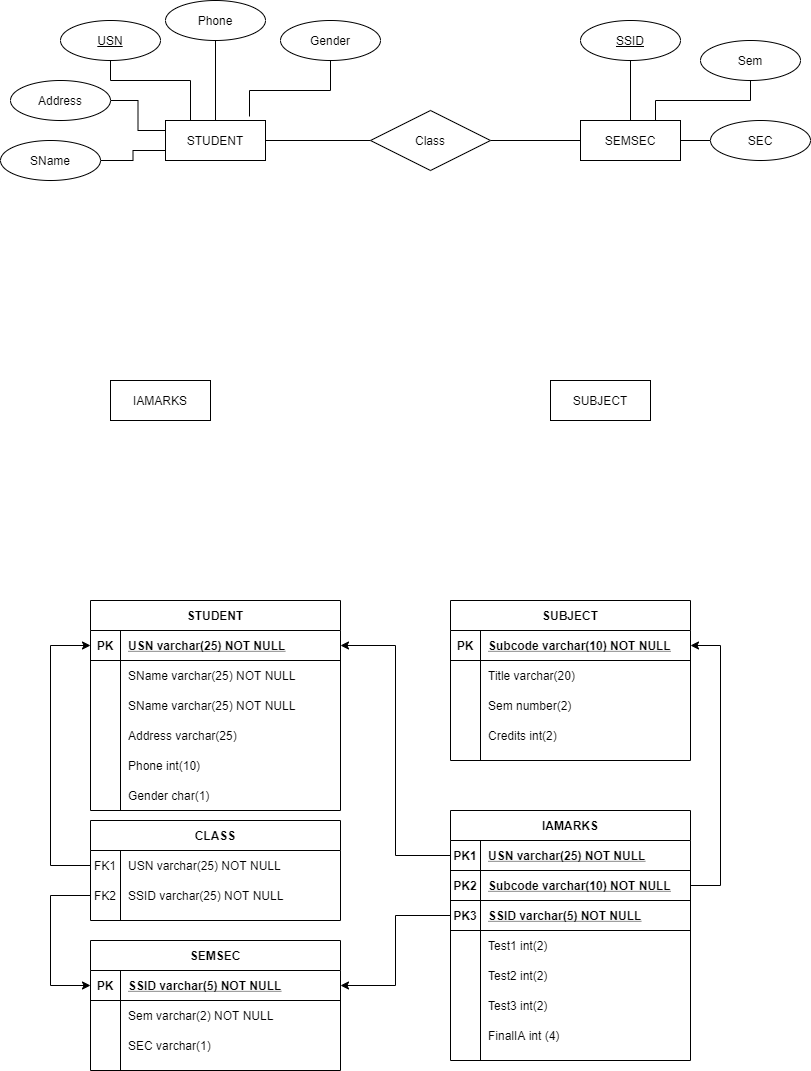
This is CollageDatabase.png from akshit4/ER-Diagram, a draw.io export, as it was before one commit. Source tidied: cells renumbered, new cells last; positions are measured from the earlier drawing's top-left corner, leaving out a move shared by most shapes.
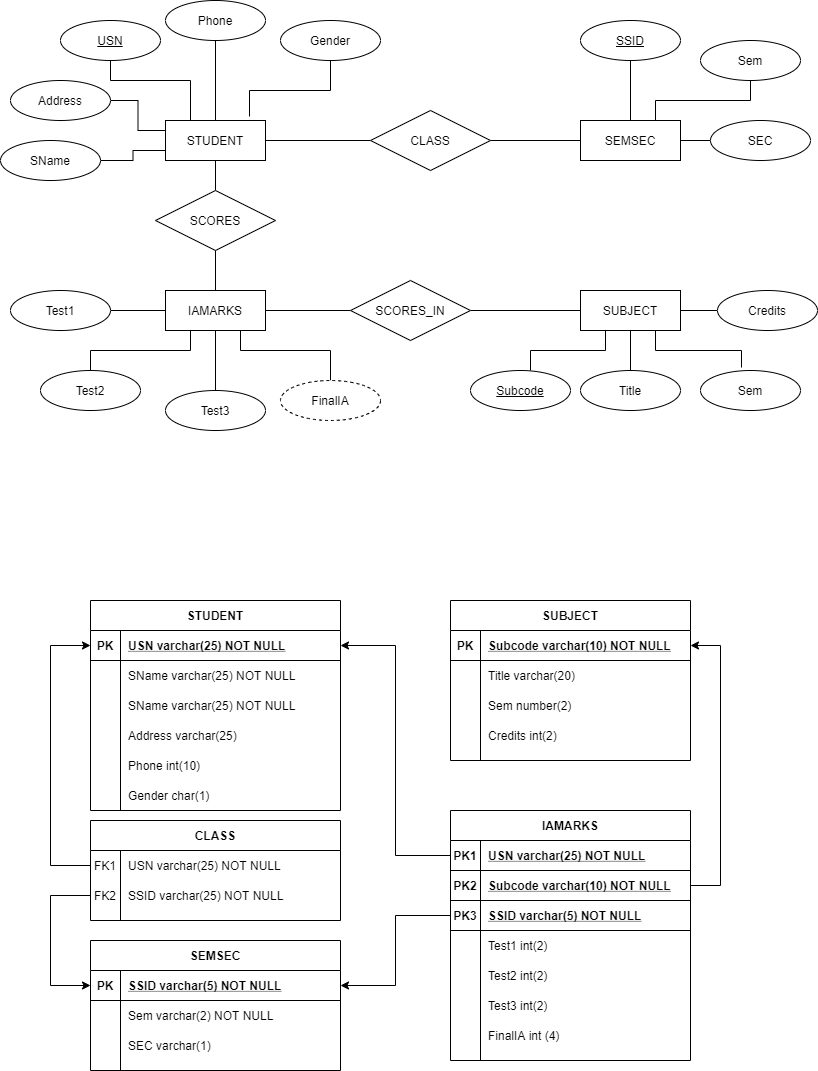
Above is the later version.

Change to the diagram source:
```diff
@@ -251,11 +251,31 @@
     <mxCell id="79" style="edgeStyle=orthogonalEdgeStyle;rounded=0;jettySize=auto;html=1;exitX=1;exitY=0.5;exitDx=0;exitDy=0;startArrow=none;startFill=0;endArrow=none;endFill=0;" parent="1" edge="1" source="80" target="100">
       <mxGeometry relative="1" as="geometry" />
     </mxCell>
+    <mxCell id="101" style="edgeStyle=orthogonalEdgeStyle;rounded=0;jettySize=auto;html=1;exitX=0.5;exitY=1;exitDx=0;exitDy=0;entryX=0.5;entryY=0;entryDx=0;entryDy=0;startArrow=none;startFill=0;endArrow=none;endFill=0;" parent="1" edge="1" source="80" target="120">
+      <mxGeometry relative="1" as="geometry" />
+    </mxCell>
     <mxCell id="80" value="STUDENT" style="whiteSpace=wrap;html=1;align=center;" parent="1" vertex="1">
       <mxGeometry x="165" y="120" width="100" height="40" as="geometry" />
     </mxCell>
+    <mxCell id="102" style="edgeStyle=orthogonalEdgeStyle;rounded=0;jettySize=auto;html=1;exitX=0.25;exitY=1;exitDx=0;exitDy=0;entryX=0.5;entryY=0;entryDx=0;entryDy=0;startArrow=none;startFill=0;endArrow=none;endFill=0;" parent="1" edge="1" source="81" target="112">
+      <mxGeometry relative="1" as="geometry" />
+    </mxCell>
+    <mxCell id="103" style="edgeStyle=orthogonalEdgeStyle;rounded=0;jettySize=auto;html=1;exitX=0.5;exitY=1;exitDx=0;exitDy=0;startArrow=none;startFill=0;endArrow=none;endFill=0;" parent="1" edge="1" source="81" target="113">
+      <mxGeometry relative="1" as="geometry" />
+    </mxCell>
+    <mxCell id="104" style="edgeStyle=orthogonalEdgeStyle;rounded=0;jettySize=auto;html=1;exitX=0.75;exitY=1;exitDx=0;exitDy=0;entryX=0.5;entryY=0;entryDx=0;entryDy=0;startArrow=none;startFill=0;endArrow=none;endFill=0;" parent="1" edge="1" source="81" target="118">
+      <mxGeometry relative="1" as="geometry">
+        <Array as="points">
+          <mxPoint x="240" y="350" />
+          <mxPoint x="330" y="350" />
+        </Array>
+      </mxGeometry>
+    </mxCell>
+    <mxCell id="105" style="edgeStyle=orthogonalEdgeStyle;rounded=0;jettySize=auto;html=1;exitX=1;exitY=0.5;exitDx=0;exitDy=0;entryX=0;entryY=0.5;entryDx=0;entryDy=0;startArrow=none;startFill=0;endArrow=none;endFill=0;" parent="1" edge="1" source="81" target="122">
+      <mxGeometry relative="1" as="geometry" />
+    </mxCell>
     <mxCell id="81" value="IAMARKS" style="whiteSpace=wrap;html=1;align=center;" parent="1" vertex="1">
-      <mxGeometry x="110" y="380" width="100" height="40" as="geometry" />
+      <mxGeometry x="165" y="290" width="100" height="40" as="geometry" />
     </mxCell>
     <mxCell id="82" style="edgeStyle=orthogonalEdgeStyle;rounded=0;jettySize=auto;html=1;exitX=1;exitY=0.5;exitDx=0;exitDy=0;startArrow=none;startFill=0;endArrow=none;endFill=0;" parent="1" edge="1" source="83" target="96">
       <mxGeometry relative="1" as="geometry" />
@@ -263,8 +283,20 @@
     <mxCell id="83" value="SEMSEC" style="whiteSpace=wrap;html=1;align=center;" parent="1" vertex="1">
       <mxGeometry x="580" y="120" width="100" height="40" as="geometry" />
     </mxCell>
+    <mxCell id="106" style="edgeStyle=orthogonalEdgeStyle;rounded=0;jettySize=auto;html=1;exitX=0.5;exitY=1;exitDx=0;exitDy=0;entryX=0.5;entryY=0;entryDx=0;entryDy=0;startArrow=none;startFill=0;endArrow=none;endFill=0;" parent="1" edge="1" source="84" target="115">
+      <mxGeometry relative="1" as="geometry" />
+    </mxCell>
+    <mxCell id="107" style="edgeStyle=orthogonalEdgeStyle;rounded=0;jettySize=auto;html=1;exitX=0.75;exitY=1;exitDx=0;exitDy=0;entryX=0.41;entryY=-0.075;entryDx=0;entryDy=0;entryPerimeter=0;startArrow=none;startFill=0;endArrow=none;endFill=0;" parent="1" edge="1" source="84" target="116">
+      <mxGeometry relative="1" as="geometry" />
+    </mxCell>
+    <mxCell id="108" style="edgeStyle=orthogonalEdgeStyle;rounded=0;jettySize=auto;html=1;exitX=0.25;exitY=1;exitDx=0;exitDy=0;entryX=0.6;entryY=0;entryDx=0;entryDy=0;entryPerimeter=0;startArrow=none;startFill=0;endArrow=none;endFill=0;" parent="1" edge="1" source="84" target="114">
+      <mxGeometry relative="1" as="geometry" />
+    </mxCell>
+    <mxCell id="109" style="edgeStyle=orthogonalEdgeStyle;rounded=0;jettySize=auto;html=1;exitX=1;exitY=0.5;exitDx=0;exitDy=0;entryX=0;entryY=0.5;entryDx=0;entryDy=0;startArrow=none;startFill=0;endArrow=none;endFill=0;" parent="1" edge="1" source="84" target="117">
+      <mxGeometry relative="1" as="geometry" />
+    </mxCell>
     <mxCell id="84" value="SUBJECT" style="whiteSpace=wrap;html=1;align=center;" parent="1" vertex="1">
-      <mxGeometry x="550" y="380" width="100" height="40" as="geometry" />
+      <mxGeometry x="580" y="290" width="100" height="40" as="geometry" />
     </mxCell>
     <mxCell id="85" style="edgeStyle=orthogonalEdgeStyle;rounded=0;jettySize=auto;html=1;exitX=1;exitY=0.5;exitDx=0;exitDy=0;entryX=0;entryY=0.25;entryDx=0;entryDy=0;startArrow=none;startFill=0;endArrow=none;endFill=0;" parent="1" edge="1" source="86" target="80">
       <mxGeometry relative="1" as="geometry" />
@@ -321,8 +353,47 @@
     <mxCell id="99" style="edgeStyle=orthogonalEdgeStyle;rounded=0;jettySize=auto;html=1;exitX=1;exitY=0.5;exitDx=0;exitDy=0;entryX=0;entryY=0.5;entryDx=0;entryDy=0;startArrow=none;startFill=0;endArrow=none;endFill=0;" parent="1" edge="1" source="100" target="83">
       <mxGeometry relative="1" as="geometry" />
     </mxCell>
-    <mxCell id="100" value="Class" style="shape=rhombus;perimeter=rhombusPerimeter;whiteSpace=wrap;html=1;align=center;" parent="1" vertex="1">
+    <mxCell id="100" value="CLASS" style="shape=rhombus;perimeter=rhombusPerimeter;whiteSpace=wrap;html=1;align=center;" parent="1" vertex="1">
       <mxGeometry x="370" y="110" width="120" height="60" as="geometry" />
     </mxCell>
+    <mxCell id="110" style="edgeStyle=orthogonalEdgeStyle;rounded=0;jettySize=auto;html=1;exitX=1;exitY=0.5;exitDx=0;exitDy=0;startArrow=none;startFill=0;endArrow=none;endFill=0;entryX=0;entryY=0.5;entryDx=0;entryDy=0;" parent="1" edge="1" source="111" target="81">
+      <mxGeometry relative="1" as="geometry" />
+    </mxCell>
+    <mxCell id="111" value="Test1" style="ellipse;whiteSpace=wrap;html=1;align=center;" parent="1" vertex="1">
+      <mxGeometry x="10" y="290" width="100" height="40" as="geometry" />
+    </mxCell>
+    <mxCell id="112" value="Test2" style="ellipse;whiteSpace=wrap;html=1;align=center;" parent="1" vertex="1">
+      <mxGeometry x="40" y="370" width="100" height="40" as="geometry" />
+    </mxCell>
+    <mxCell id="113" value="Test3" style="ellipse;whiteSpace=wrap;html=1;align=center;" parent="1" vertex="1">
+      <mxGeometry x="165" y="390" width="100" height="40" as="geometry" />
+    </mxCell>
+    <mxCell id="114" value="Subcode" style="ellipse;whiteSpace=wrap;html=1;align=center;fontStyle=4;" parent="1" vertex="1">
+      <mxGeometry x="470" y="370" width="100" height="40" as="geometry" />
+    </mxCell>
+    <mxCell id="115" value="Title" style="ellipse;whiteSpace=wrap;html=1;align=center;" parent="1" vertex="1">
+      <mxGeometry x="580" y="370" width="100" height="40" as="geometry" />
+    </mxCell>
+    <mxCell id="116" value="Sem" style="ellipse;whiteSpace=wrap;html=1;align=center;" parent="1" vertex="1">
+      <mxGeometry x="700" y="370" width="100" height="40" as="geometry" />
+    </mxCell>
+    <mxCell id="117" value="Credits" style="ellipse;whiteSpace=wrap;html=1;align=center;" parent="1" vertex="1">
+      <mxGeometry x="717" y="290" width="100" height="40" as="geometry" />
+    </mxCell>
+    <mxCell id="118" value="FinalIA" style="ellipse;whiteSpace=wrap;html=1;align=center;dashed=1;" parent="1" vertex="1">
+      <mxGeometry x="280" y="380" width="100" height="40" as="geometry" />
+    </mxCell>
+    <mxCell id="119" style="edgeStyle=orthogonalEdgeStyle;rounded=0;jettySize=auto;html=1;exitX=0.5;exitY=1;exitDx=0;exitDy=0;entryX=0.5;entryY=0;entryDx=0;entryDy=0;startArrow=none;startFill=0;endArrow=none;endFill=0;" parent="1" edge="1" source="120" target="81">
+      <mxGeometry relative="1" as="geometry" />
+    </mxCell>
+    <mxCell id="120" value="SCORES" style="shape=rhombus;perimeter=rhombusPerimeter;whiteSpace=wrap;html=1;align=center;" parent="1" vertex="1">
+      <mxGeometry x="155" y="190" width="120" height="60" as="geometry" />
+    </mxCell>
+    <mxCell id="121" style="edgeStyle=orthogonalEdgeStyle;rounded=0;jettySize=auto;html=1;exitX=1;exitY=0.5;exitDx=0;exitDy=0;entryX=0;entryY=0.5;entryDx=0;entryDy=0;startArrow=none;startFill=0;endArrow=none;endFill=0;" parent="1" edge="1" source="122" target="84">
+      <mxGeometry relative="1" as="geometry" />
+    </mxCell>
+    <mxCell id="122" value="SCORES_IN" style="shape=rhombus;perimeter=rhombusPerimeter;whiteSpace=wrap;html=1;align=center;" parent="1" vertex="1">
+      <mxGeometry x="350" y="280" width="120" height="60" as="geometry" />
+    </mxCell>
   </root>
 </mxGraphModel>
```
